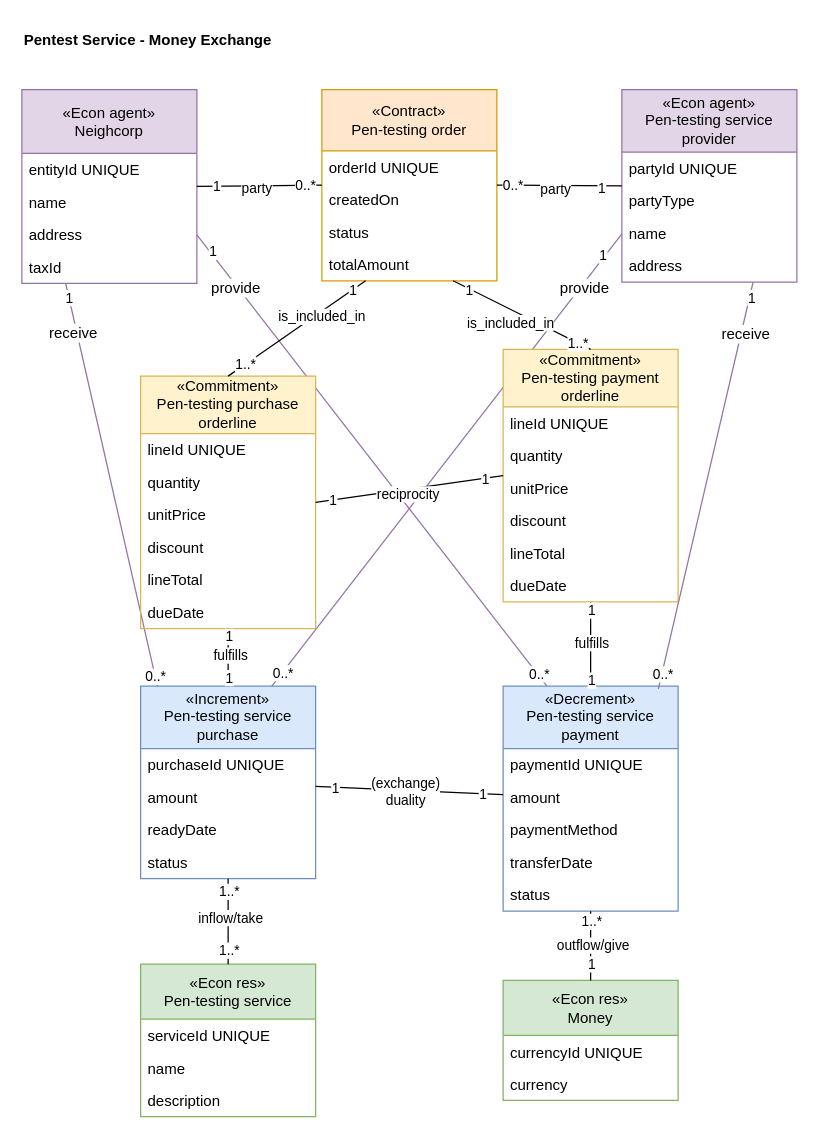
tudwiglemmel/Neigh-Corp---Golden-Meadows keeps this draw.io diagram as page "Pentest Service Exchange" (3 of 9) of media/IS1_Project_REA.drawio. Above is the earlier version. Source tidied: cells renumbered, new cells numbered last; positions are measured from the earlier drawing's top-left corner, leaving out a move shared by most shapes. Both pictures are drawn from the tidied source at 125%, with x=0, y=0 at pixel (21, 21).
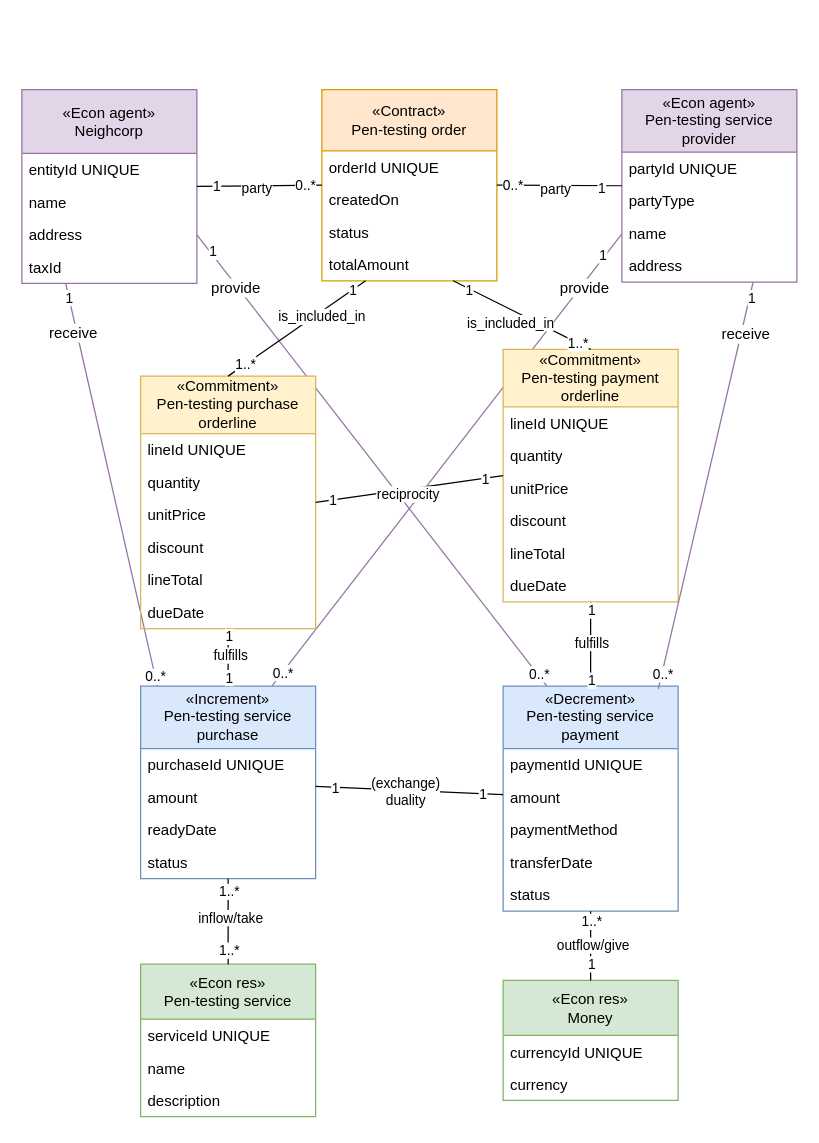
Above is the later version.

The edit, as a diff of the source:
```diff
@@
-    <mxCell id="101" value="Pentest Service - Money Exchange" style="text;html=1;whiteSpace=wrap;strokeColor=none;fillColor=none;align=left;verticalAlign=middle;rounded=0;fontStyle=1;" parent="1" vertex="1">
-      <mxGeometry width="260" height="30" as="geometry" />
-    </mxCell>
```
